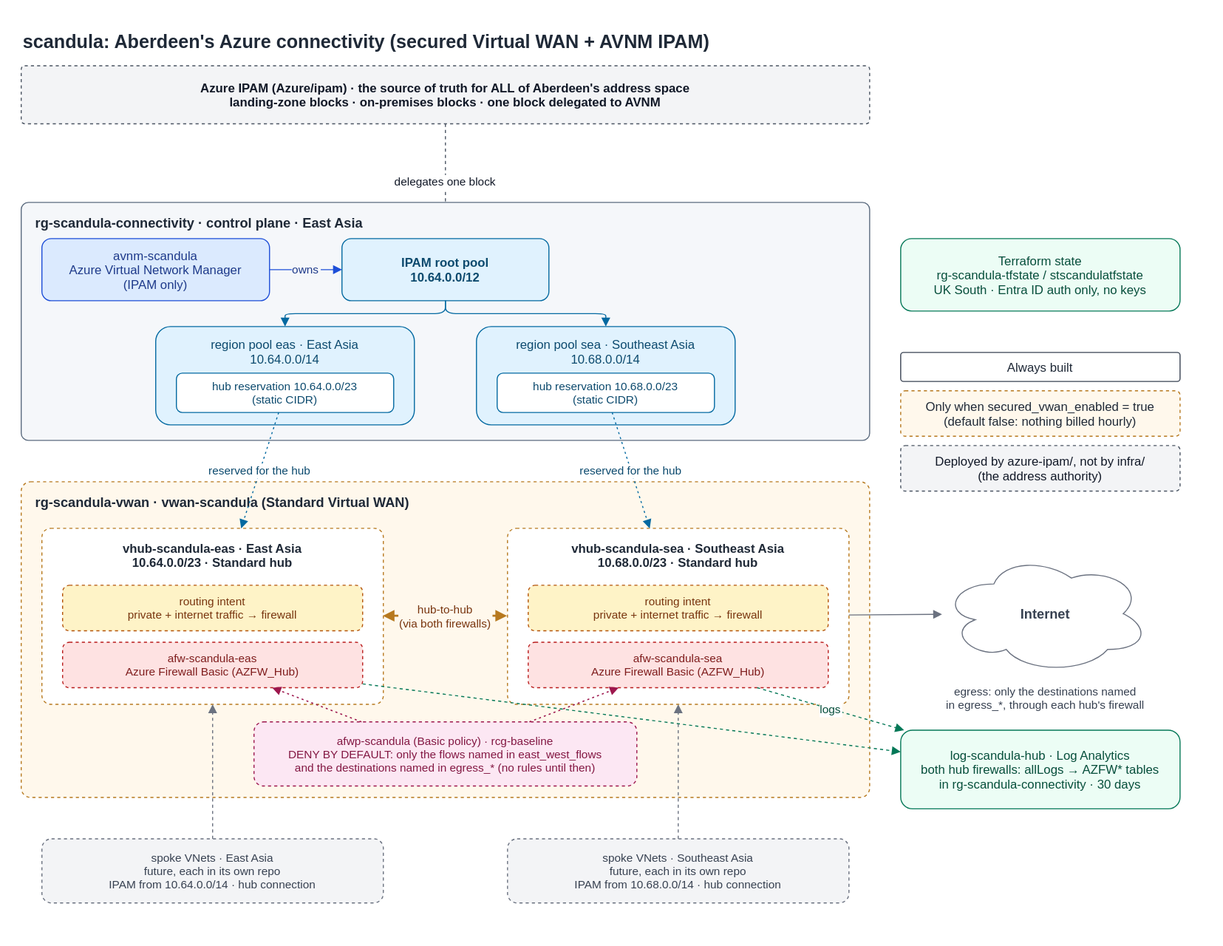
Before: docs/diagrams/architecture.svg, a diagram exported from draw.io (benoitnvl/scandula). Source tidied: cells renumbered, new cells last; positions are measured from the earlier drawing's top-left corner, leaving out a move shared by most shapes.
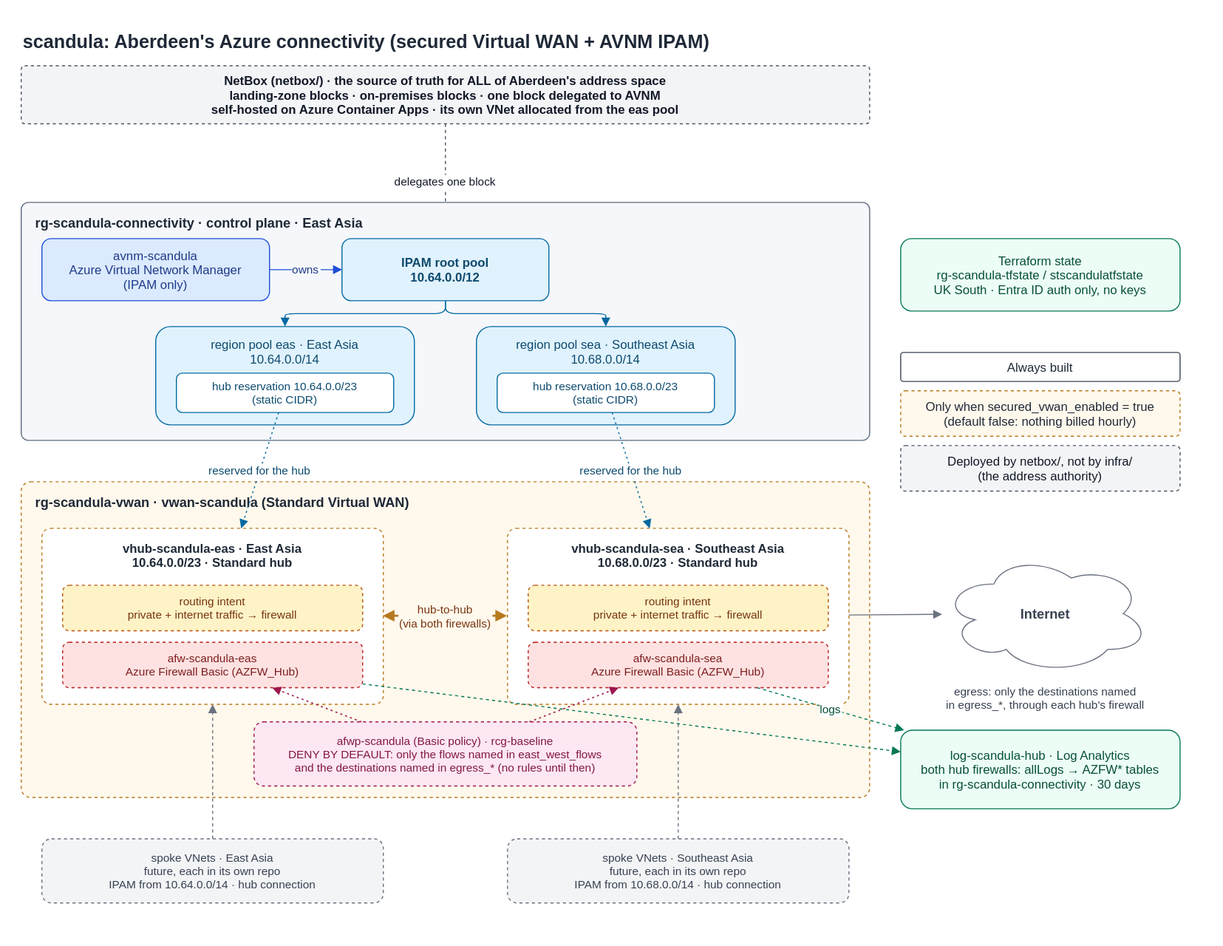
The same diagram one commit later.

The edit, as a diff of the source:
```diff
@@ -5,13 +5,13 @@
     <mxCell id="2" value="scandula: Aberdeen's Azure connectivity (secured Virtual WAN + AVNM IPAM)" style="text;html=0;align=left;verticalAlign=middle;fontSize=18;fontStyle=1;fontColor=#1f2937;" parent="1" vertex="1">
       <mxGeometry width="820" height="36" as="geometry" />
     </mxCell>
-    <mxCell id="3" value="Azure IPAM (Azure/ipam)  ·  the source of truth for ALL of Aberdeen's address space&#10;landing-zone blocks  ·  on-premises blocks  ·  one block delegated to AVNM" style="rounded=1;html=0;dashed=1;fillColor=#f3f4f6;strokeColor=#4b5563;fontSize=12;fontStyle=1;fontColor=#111827;arcSize=6;" parent="1" vertex="1">
-      <mxGeometry y="43" width="820" height="56" as="geometry" />
-    </mxCell>
+    <mxCell id="42" value="NetBox (netbox/)  ·  the source of truth for ALL of Aberdeen's address space&#10;landing-zone blocks  ·  on-premises blocks  ·  one block delegated to AVNM&#10;self-hosted on Azure Container Apps  ·  its own VNet allocated from the eas pool" style="rounded=1;html=0;dashed=1;fillColor=#f3f4f6;strokeColor=#4b5563;fontSize=12;fontStyle=1;fontColor=#111827;arcSize=6;" parent="1" vertex="1">
+      <mxGeometry y="43" width="820" height="56" as="geometry" />
+    </mxCell>
-    <mxCell id="4" value="delegates one block" style="endArrow=block;html=0;dashed=1;strokeColor=#4b5563;fontSize=11;fontColor=#111827;labelBackgroundColor=#ffffff;exitX=0.5;exitY=1;exitDx=0;exitDy=0;entryX=0.5;entryY=0;entryDx=0;entryDy=0;" parent="1" edge="1" source="3" target="10">
+    <mxCell id="4" value="delegates one block" style="endArrow=block;html=0;dashed=1;strokeColor=#4b5563;fontSize=11;fontColor=#111827;labelBackgroundColor=#ffffff;exitX=0.5;exitY=1;exitDx=0;exitDy=0;entryX=0.5;entryY=0;entryDx=0;entryDy=0;" parent="1" edge="1" source="42" target="10">
       <mxGeometry relative="1" as="geometry" />
     </mxCell>
-    <mxCell id="5" value="Deployed by azure-ipam/, not by infra/&#10;(the address authority)" style="rounded=1;html=0;dashed=1;fillColor=#f3f4f6;strokeColor=#4b5563;fontSize=12;fontColor=#111827;arcSize=10;" parent="1" vertex="1">
+    <mxCell id="5" value="Deployed by netbox/, not by infra/&#10;(the address authority)" style="rounded=1;html=0;dashed=1;fillColor=#f3f4f6;strokeColor=#4b5563;fontSize=12;fontColor=#111827;arcSize=10;" parent="1" vertex="1">
       <mxGeometry x="850" y="410" width="270" height="44" as="geometry" />
     </mxCell>
     <mxCell id="6" value="Always built" style="rounded=1;html=0;fillColor=#ffffff;strokeColor=#374151;fontSize=12;fontColor=#1f2937;arcSize=10;" parent="1" vertex="1">
```
